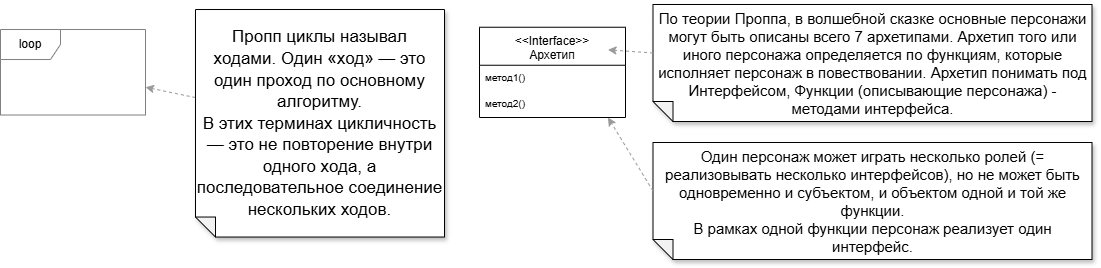
The draw.io diagram propp_diagrams/обозначения.png in monalenka/fairy-tale-analysis, before a commit. Source tidied: cells renumbered, new cells last; positions are measured from the earlier drawing's top-left corner, leaving out a move shared by most shapes. Source of this version:
```xml
<mxGraphModel>
  <root>
    <mxCell id="0" />
    <mxCell id="1" parent="0" />
    <mxCell id="2" style="rounded=0;jettySize=auto;html=1;dashed=1;strokeColor=#999999;" parent="1" edge="1" source="3" target="4">
      <mxGeometry relative="1" as="geometry" />
    </mxCell>
    <mxCell id="3" value="&lt;font style=&quot;&quot;&gt;&lt;font style=&quot;font-size: 17px;&quot;&gt;Пропп циклы называл ходами.&amp;nbsp;Один «ход» — это один проход по основному алгоритму.&lt;br&gt;В этих терминах&amp;nbsp;цикличность — это не повторение внутри одного хода, а последовательное соединение нескольких ходов.&lt;/font&gt;&lt;/font&gt;" style="shape=note;whiteSpace=wrap;html=1;backgroundOutline=1;darkOpacity=0.05;fillStyle=solid;direction=west;gradientDirection=north;shadow=1;size=20;autosizeText=1;fontSize=18;" parent="1" vertex="1">
      <mxGeometry x="195" y="5" width="249" height="227.5" as="geometry" />
    </mxCell>
    <mxCell id="4" value="loop" style="shape=umlFrame;whiteSpace=wrap;html=1;strokeColor=#808080;" parent="1" vertex="1">
      <mxGeometry y="25" width="145" height="85.5" as="geometry" />
    </mxCell>
    <mxCell id="5" value="&lt;&lt;Interface&gt;&gt;&#10;Архетип" style="swimlane;fontStyle=0;align=center;verticalAlign=top;horizontal=1;startSize=38;rounded=0;shadow=0;strokeWidth=1;" parent="1" vertex="1">
      <mxGeometry x="479" y="22.8" width="146" height="90.2" as="geometry" />
    </mxCell>
    <mxCell id="6" value="метод1()" style="text;align=left;verticalAlign=top;spacingLeft=4;spacingRight=4;overflow=hidden;fontSize=10;" parent="5" vertex="1">
      <mxGeometry y="38" width="146" height="26" as="geometry" />
    </mxCell>
    <mxCell id="7" value="метод2()" style="text;align=left;verticalAlign=top;spacingLeft=4;spacingRight=4;overflow=hidden;rounded=0;shadow=0;html=0;fontSize=10;" parent="5" vertex="1">
      <mxGeometry y="64" width="146" height="26" as="geometry" />
    </mxCell>
    <mxCell id="8" value="По теории Проппа, в волшебной сказке основные персонажи могут быть описаны всего 7 архетипами. Архетип того или иного персонажа определяется по функциям, которые исполняет персонаж в повествовании. Архетип понимать под Интерфейсом, Функции (описывающие персонажа) - методами интерфейса." style="shape=note;whiteSpace=wrap;html=1;backgroundOutline=1;darkOpacity=0.05;fillStyle=solid;direction=west;gradientDirection=north;shadow=1;size=20;autosizeText=1;fontSize=15;" parent="1" vertex="1">
      <mxGeometry x="652.5" width="439" height="117" as="geometry" />
    </mxCell>
    <mxCell id="9" style="rounded=0;jettySize=auto;html=1;dashed=1;strokeColor=#999999;exitX=0;exitY=0;exitDx=439;exitDy=68.5;exitPerimeter=0;entryX=1;entryY=0.25;entryDx=0;entryDy=0;" parent="1" edge="1" source="8">
      <mxGeometry relative="1" as="geometry">
        <mxPoint x="607.5" y="45.3" as="targetPoint" />
      </mxGeometry>
    </mxCell>
    <mxCell id="10" value="&lt;div&gt;Один персонаж может играть несколько ролей (= реализовывать несколько интерфейсов), но не может быть одновременно и субъектом, и объектом одной и той же функции.&lt;/div&gt;&lt;div&gt;В рамках одной функции персонаж реализует один интерфейс.&lt;/div&gt;" style="shape=note;whiteSpace=wrap;html=1;backgroundOutline=1;darkOpacity=0.05;fillStyle=solid;direction=west;gradientDirection=north;shadow=1;size=20;autosizeText=1;fontSize=15;" parent="1" vertex="1">
      <mxGeometry x="652.5" y="138" width="439" height="117" as="geometry" />
    </mxCell>
    <mxCell id="11" style="rounded=0;jettySize=auto;html=1;dashed=1;strokeColor=#999999;exitX=0;exitY=0;exitDx=439;exitDy=68.5;exitPerimeter=0;entryX=1;entryY=1;entryDx=0;entryDy=0;" parent="1" edge="1" source="10">
      <mxGeometry relative="1" as="geometry">
        <mxPoint x="607.5" y="113" as="targetPoint" />
      </mxGeometry>
    </mxCell>
  </root>
</mxGraphModel>
```
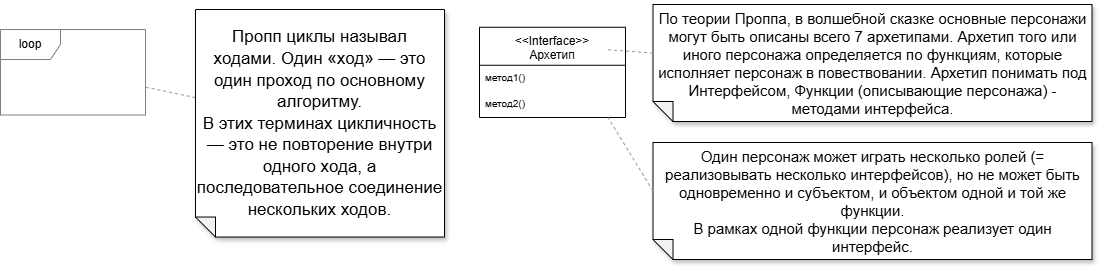
The same diagram one commit later.

Change to the diagram source:
```diff
@@ -2,7 +2,7 @@
   <root>
     <mxCell id="0" />
     <mxCell id="1" parent="0" />
-    <mxCell id="2" style="rounded=0;jettySize=auto;html=1;dashed=1;strokeColor=#999999;" parent="1" edge="1" source="3" target="4">
+    <mxCell id="2" style="rounded=0;jettySize=auto;html=1;dashed=1;strokeColor=#999999;endArrow=none;endFill=0;" parent="1" edge="1" source="3" target="4">
       <mxGeometry relative="1" as="geometry" />
     </mxCell>
     <mxCell id="3" value="&lt;font style=&quot;&quot;&gt;&lt;font style=&quot;font-size: 17px;&quot;&gt;Пропп циклы называл ходами.&amp;nbsp;Один «ход» — это один проход по основному алгоритму.&lt;br&gt;В этих терминах&amp;nbsp;цикличность — это не повторение внутри одного хода, а последовательное соединение нескольких ходов.&lt;/font&gt;&lt;/font&gt;" style="shape=note;whiteSpace=wrap;html=1;backgroundOutline=1;darkOpacity=0.05;fillStyle=solid;direction=west;gradientDirection=north;shadow=1;size=20;autosizeText=1;fontSize=18;" parent="1" vertex="1">
@@ -23,18 +23,18 @@
     <mxCell id="8" value="По теории Проппа, в волшебной сказке основные персонажи могут быть описаны всего 7 архетипами. Архетип того или иного персонажа определяется по функциям, которые исполняет персонаж в повествовании. Архетип понимать под Интерфейсом, Функции (описывающие персонажа) - методами интерфейса." style="shape=note;whiteSpace=wrap;html=1;backgroundOutline=1;darkOpacity=0.05;fillStyle=solid;direction=west;gradientDirection=north;shadow=1;size=20;autosizeText=1;fontSize=15;" parent="1" vertex="1">
       <mxGeometry x="652.5" width="439" height="117" as="geometry" />
     </mxCell>
-    <mxCell id="9" style="rounded=0;jettySize=auto;html=1;dashed=1;strokeColor=#999999;exitX=0;exitY=0;exitDx=439;exitDy=68.5;exitPerimeter=0;entryX=1;entryY=0.25;entryDx=0;entryDy=0;" parent="1" edge="1" source="8">
-      <mxGeometry relative="1" as="geometry">
-        <mxPoint x="607.5" y="45.3" as="targetPoint" />
-      </mxGeometry>
-    </mxCell>
+    <mxCell id="12" style="rounded=0;jettySize=auto;html=1;dashed=1;strokeColor=#999999;exitX=0;exitY=0;exitDx=439;exitDy=68.5;exitPerimeter=0;entryX=1;entryY=0.25;entryDx=0;entryDy=0;endArrow=none;endFill=0;" parent="1" edge="1" source="8">
+      <mxGeometry relative="1" as="geometry">
+        <mxPoint x="607.5" y="45.3" as="targetPoint" />
+      </mxGeometry>
+    </mxCell>
     <mxCell id="10" value="&lt;div&gt;Один персонаж может играть несколько ролей (= реализовывать несколько интерфейсов), но не может быть одновременно и субъектом, и объектом одной и той же функции.&lt;/div&gt;&lt;div&gt;В рамках одной функции персонаж реализует один интерфейс.&lt;/div&gt;" style="shape=note;whiteSpace=wrap;html=1;backgroundOutline=1;darkOpacity=0.05;fillStyle=solid;direction=west;gradientDirection=north;shadow=1;size=20;autosizeText=1;fontSize=15;" parent="1" vertex="1">
       <mxGeometry x="652.5" y="138" width="439" height="117" as="geometry" />
     </mxCell>
-    <mxCell id="11" style="rounded=0;jettySize=auto;html=1;dashed=1;strokeColor=#999999;exitX=0;exitY=0;exitDx=439;exitDy=68.5;exitPerimeter=0;entryX=1;entryY=1;entryDx=0;entryDy=0;" parent="1" edge="1" source="10">
-      <mxGeometry relative="1" as="geometry">
-        <mxPoint x="607.5" y="113" as="targetPoint" />
-      </mxGeometry>
-    </mxCell>
+    <mxCell id="13" style="rounded=0;jettySize=auto;html=1;dashed=1;strokeColor=#999999;exitX=0;exitY=0;exitDx=439;exitDy=68.5;exitPerimeter=0;entryX=1;entryY=1;entryDx=0;entryDy=0;endArrow=none;endFill=0;" parent="1" edge="1" source="10">
+      <mxGeometry relative="1" as="geometry">
+        <mxPoint x="607.5" y="113" as="targetPoint" />
+      </mxGeometry>
+    </mxCell>
   </root>
 </mxGraphModel>
```
